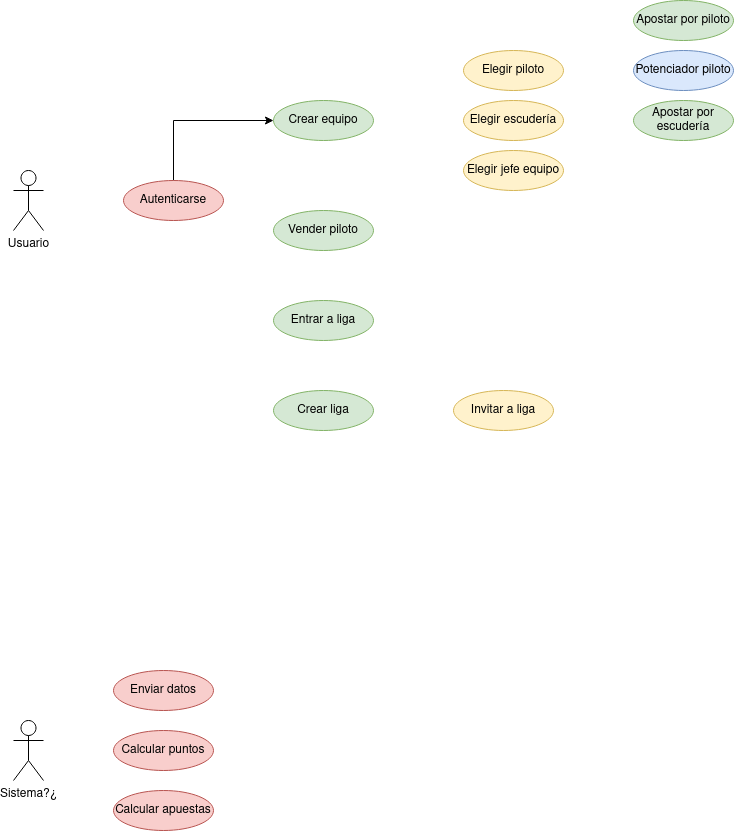
The draw.io diagram doc/diagramas/img/Diagrama_casos_uso.drawio.png in adrianhrb/proyecto_ETS, before a commit. Source tidied: cells renumbered, new cells last; positions are measured from the earlier drawing's top-left corner, leaving out a move shared by most shapes. Source of this version:
```xml
<mxGraphModel>
  <root>
    <mxCell id="0" />
    <mxCell id="1" parent="0" />
    <mxCell id="2" value="Usuario" style="shape=umlActor;verticalLabelPosition=bottom;verticalAlign=top;html=1;outlineConnect=0;" parent="1" vertex="1">
      <mxGeometry y="170" width="30" height="60" as="geometry" />
    </mxCell>
    <mxCell id="3" style="edgeStyle=orthogonalEdgeStyle;rounded=0;jettySize=auto;html=1;exitX=0.5;exitY=0;exitDx=0;exitDy=0;entryX=0;entryY=0.5;entryDx=0;entryDy=0;" parent="1" edge="1" source="4" target="5">
      <mxGeometry relative="1" as="geometry" />
    </mxCell>
    <mxCell id="4" value="Autenticarse" style="ellipse;whiteSpace=wrap;html=1;align=center;fillColor=#f8cecc;strokeColor=#b85450;" parent="1" vertex="1">
      <mxGeometry x="110" y="180" width="100" height="40" as="geometry" />
    </mxCell>
    <mxCell id="5" value="Crear equipo" style="ellipse;whiteSpace=wrap;html=1;align=center;fillColor=#d5e8d4;strokeColor=#82b366;" parent="1" vertex="1">
      <mxGeometry x="260" y="100" width="100" height="40" as="geometry" />
    </mxCell>
    <mxCell id="6" value="Elegir piloto" style="ellipse;whiteSpace=wrap;html=1;align=center;fillColor=#fff2cc;strokeColor=#d6b656;" parent="1" vertex="1">
      <mxGeometry x="450" y="50" width="100" height="40" as="geometry" />
    </mxCell>
    <mxCell id="7" value="Elegir escudería" style="ellipse;whiteSpace=wrap;html=1;align=center;fillColor=#fff2cc;strokeColor=#d6b656;" parent="1" vertex="1">
      <mxGeometry x="450" y="100" width="100" height="40" as="geometry" />
    </mxCell>
    <mxCell id="8" value="Elegir jefe equipo" style="ellipse;whiteSpace=wrap;html=1;align=center;fillColor=#fff2cc;strokeColor=#d6b656;" parent="1" vertex="1">
      <mxGeometry x="450" y="150" width="100" height="40" as="geometry" />
    </mxCell>
    <mxCell id="9" value="Potenciador piloto" style="ellipse;whiteSpace=wrap;html=1;align=center;fillColor=#dae8fc;strokeColor=#6c8ebf;" parent="1" vertex="1">
      <mxGeometry x="620" y="50" width="100" height="40" as="geometry" />
    </mxCell>
    <mxCell id="10" value="Vender piloto" style="ellipse;whiteSpace=wrap;html=1;align=center;fillColor=#d5e8d4;strokeColor=#82b366;" parent="1" vertex="1">
      <mxGeometry x="260" y="210" width="100" height="40" as="geometry" />
    </mxCell>
    <mxCell id="11" value="Entrar a liga" style="ellipse;whiteSpace=wrap;html=1;align=center;fillColor=#d5e8d4;strokeColor=#82b366;" parent="1" vertex="1">
      <mxGeometry x="260" y="300" width="100" height="40" as="geometry" />
    </mxCell>
    <mxCell id="12" value="Invitar a liga" style="ellipse;whiteSpace=wrap;html=1;align=center;fillColor=#fff2cc;strokeColor=#d6b656;" parent="1" vertex="1">
      <mxGeometry x="440" y="390" width="100" height="40" as="geometry" />
    </mxCell>
    <mxCell id="13" value="Crear liga" style="ellipse;whiteSpace=wrap;html=1;align=center;fillColor=#d5e8d4;strokeColor=#82b366;" parent="1" vertex="1">
      <mxGeometry x="260" y="390" width="100" height="40" as="geometry" />
    </mxCell>
    <mxCell id="14" value="Apostar por escudería" style="ellipse;whiteSpace=wrap;html=1;align=center;fillColor=#d5e8d4;strokeColor=#82b366;" parent="1" vertex="1">
      <mxGeometry x="620" y="100" width="100" height="40" as="geometry" />
    </mxCell>
    <mxCell id="15" value="Apostar por piloto" style="ellipse;whiteSpace=wrap;html=1;align=center;fillColor=#d5e8d4;strokeColor=#82b366;" parent="1" vertex="1">
      <mxGeometry x="620" width="100" height="40" as="geometry" />
    </mxCell>
    <mxCell id="16" value="Sistema?¿" style="shape=umlActor;verticalLabelPosition=bottom;verticalAlign=top;html=1;" parent="1" vertex="1">
      <mxGeometry y="720" width="30" height="60" as="geometry" />
    </mxCell>
    <mxCell id="17" value="Enviar datos" style="ellipse;whiteSpace=wrap;html=1;align=center;fillColor=#f8cecc;strokeColor=#b85450;" parent="1" vertex="1">
      <mxGeometry x="100" y="670" width="100" height="40" as="geometry" />
    </mxCell>
    <mxCell id="18" value="Calcular puntos" style="ellipse;whiteSpace=wrap;html=1;align=center;fillColor=#f8cecc;strokeColor=#b85450;" parent="1" vertex="1">
      <mxGeometry x="100" y="730" width="100" height="40" as="geometry" />
    </mxCell>
    <mxCell id="19" value="Calcular apuestas" style="ellipse;whiteSpace=wrap;html=1;align=center;fillColor=#f8cecc;strokeColor=#b85450;" parent="1" vertex="1">
      <mxGeometry x="100" y="790" width="100" height="40" as="geometry" />
    </mxCell>
  </root>
</mxGraphModel>
```
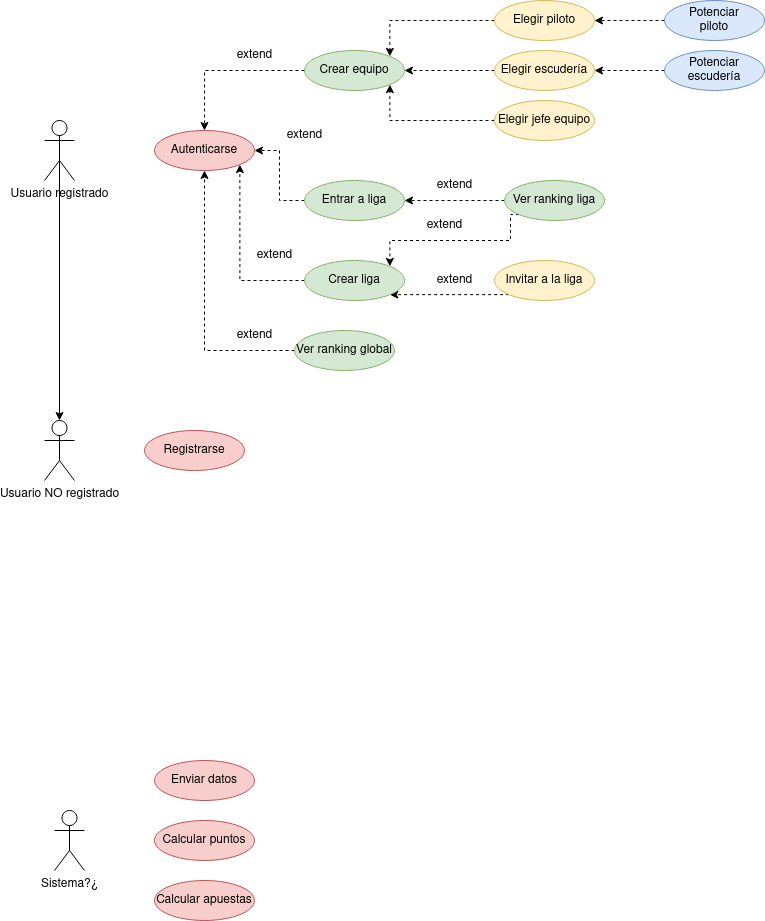
Above is the later version.

Commit message:
Actualizado diagrama casos de uso #9

Diff of the diagram source:
```diff
@@ -2,59 +2,127 @@
   <root>
     <mxCell id="0" />
     <mxCell id="1" parent="0" />
+    <mxCell id="20" style="edgeStyle=orthogonalEdgeStyle;rounded=0;jettySize=auto;html=1;exitX=0.5;exitY=0.5;exitDx=0;exitDy=0;exitPerimeter=0;entryX=0.5;entryY=0;entryDx=0;entryDy=0;entryPerimeter=0;" parent="1" edge="1" source="2" target="31">
+      <mxGeometry relative="1" as="geometry" />
+    </mxCell>
-    <mxCell id="2" value="Usuario" style="shape=umlActor;verticalLabelPosition=bottom;verticalAlign=top;html=1;outlineConnect=0;" parent="1" vertex="1">
+    <mxCell id="2" value="Usuario registrado" style="shape=umlActor;verticalLabelPosition=bottom;verticalAlign=top;html=1;outlineConnect=0;" parent="1" vertex="1">
       <mxGeometry y="170" width="30" height="60" as="geometry" />
     </mxCell>
-    <mxCell id="3" style="edgeStyle=orthogonalEdgeStyle;rounded=0;jettySize=auto;html=1;exitX=0.5;exitY=0;exitDx=0;exitDy=0;entryX=0;entryY=0.5;entryDx=0;entryDy=0;" parent="1" edge="1" source="4" target="5">
-      <mxGeometry relative="1" as="geometry" />
-    </mxCell>
     <mxCell id="4" value="Autenticarse" style="ellipse;whiteSpace=wrap;html=1;align=center;fillColor=#f8cecc;strokeColor=#b85450;" parent="1" vertex="1">
       <mxGeometry x="110" y="180" width="100" height="40" as="geometry" />
     </mxCell>
+    <mxCell id="21" style="edgeStyle=orthogonalEdgeStyle;rounded=0;jettySize=auto;html=1;exitX=0;exitY=0.5;exitDx=0;exitDy=0;dashed=1;" parent="1" edge="1" source="5" target="4">
+      <mxGeometry relative="1" as="geometry" />
+    </mxCell>
     <mxCell id="5" value="Crear equipo" style="ellipse;whiteSpace=wrap;html=1;align=center;fillColor=#d5e8d4;strokeColor=#82b366;" parent="1" vertex="1">
       <mxGeometry x="260" y="100" width="100" height="40" as="geometry" />
     </mxCell>
+    <mxCell id="22" style="edgeStyle=orthogonalEdgeStyle;rounded=0;jettySize=auto;html=1;exitX=0;exitY=0.5;exitDx=0;exitDy=0;entryX=1;entryY=0;entryDx=0;entryDy=0;dashed=1;" parent="1" edge="1" source="6" target="5">
+      <mxGeometry relative="1" as="geometry" />
+    </mxCell>
     <mxCell id="6" value="Elegir piloto" style="ellipse;whiteSpace=wrap;html=1;align=center;fillColor=#fff2cc;strokeColor=#d6b656;" parent="1" vertex="1">
       <mxGeometry x="450" y="50" width="100" height="40" as="geometry" />
     </mxCell>
+    <mxCell id="23" style="edgeStyle=orthogonalEdgeStyle;rounded=0;jettySize=auto;html=1;exitX=0;exitY=0.5;exitDx=0;exitDy=0;dashed=1;" parent="1" edge="1" source="7" target="5">
+      <mxGeometry relative="1" as="geometry" />
+    </mxCell>
     <mxCell id="7" value="Elegir escudería" style="ellipse;whiteSpace=wrap;html=1;align=center;fillColor=#fff2cc;strokeColor=#d6b656;" parent="1" vertex="1">
       <mxGeometry x="450" y="100" width="100" height="40" as="geometry" />
     </mxCell>
+    <mxCell id="24" style="edgeStyle=orthogonalEdgeStyle;rounded=0;jettySize=auto;html=1;exitX=0;exitY=0.5;exitDx=0;exitDy=0;entryX=1;entryY=1;entryDx=0;entryDy=0;dashed=1;" parent="1" edge="1" source="8" target="5">
+      <mxGeometry relative="1" as="geometry" />
+    </mxCell>
     <mxCell id="8" value="Elegir jefe equipo" style="ellipse;whiteSpace=wrap;html=1;align=center;fillColor=#fff2cc;strokeColor=#d6b656;" parent="1" vertex="1">
       <mxGeometry x="450" y="150" width="100" height="40" as="geometry" />
     </mxCell>
+    <mxCell id="25" style="edgeStyle=orthogonalEdgeStyle;rounded=0;jettySize=auto;html=1;exitX=0;exitY=0.5;exitDx=0;exitDy=0;dashed=1;" parent="1" edge="1" source="9" target="6">
+      <mxGeometry relative="1" as="geometry" />
+    </mxCell>
-    <mxCell id="9" value="Potenciador piloto" style="ellipse;whiteSpace=wrap;html=1;align=center;fillColor=#dae8fc;strokeColor=#6c8ebf;" parent="1" vertex="1">
+    <mxCell id="9" value="&lt;div&gt;Potenciar &lt;br&gt;&lt;/div&gt;&lt;div&gt;piloto&lt;/div&gt;" style="ellipse;whiteSpace=wrap;html=1;align=center;fillColor=#dae8fc;strokeColor=#6c8ebf;" parent="1" vertex="1">
       <mxGeometry x="620" y="50" width="100" height="40" as="geometry" />
     </mxCell>
-    <mxCell id="10" value="Vender piloto" style="ellipse;whiteSpace=wrap;html=1;align=center;fillColor=#d5e8d4;strokeColor=#82b366;" parent="1" vertex="1">
-      <mxGeometry x="260" y="210" width="100" height="40" as="geometry" />
-    </mxCell>
+    <mxCell id="26" style="edgeStyle=orthogonalEdgeStyle;rounded=0;jettySize=auto;html=1;exitX=0;exitY=0.5;exitDx=0;exitDy=0;entryX=1;entryY=0.5;entryDx=0;entryDy=0;dashed=1;" parent="1" edge="1" source="11" target="4">
+      <mxGeometry relative="1" as="geometry" />
+    </mxCell>
     <mxCell id="11" value="Entrar a liga" style="ellipse;whiteSpace=wrap;html=1;align=center;fillColor=#d5e8d4;strokeColor=#82b366;" parent="1" vertex="1">
-      <mxGeometry x="260" y="300" width="100" height="40" as="geometry" />
+      <mxGeometry x="260" y="230" width="100" height="40" as="geometry" />
     </mxCell>
+    <mxCell id="27" style="edgeStyle=orthogonalEdgeStyle;rounded=0;jettySize=auto;html=1;exitX=0;exitY=1;exitDx=0;exitDy=0;entryX=1;entryY=1;entryDx=0;entryDy=0;dashed=1;" parent="1" edge="1" source="12" target="13">
+      <mxGeometry relative="1" as="geometry" />
+    </mxCell>
-    <mxCell id="12" value="Invitar a liga" style="ellipse;whiteSpace=wrap;html=1;align=center;fillColor=#fff2cc;strokeColor=#d6b656;" parent="1" vertex="1">
-      <mxGeometry x="440" y="390" width="100" height="40" as="geometry" />
+    <mxCell id="12" value="Invitar a la liga" style="ellipse;whiteSpace=wrap;html=1;align=center;fillColor=#fff2cc;strokeColor=#d6b656;" parent="1" vertex="1">
+      <mxGeometry x="450" y="310" width="100" height="40" as="geometry" />
     </mxCell>
+    <mxCell id="28" style="edgeStyle=orthogonalEdgeStyle;rounded=0;jettySize=auto;html=1;exitX=0;exitY=0.5;exitDx=0;exitDy=0;entryX=1;entryY=1;entryDx=0;entryDy=0;dashed=1;" parent="1" edge="1" source="13" target="4">
+      <mxGeometry relative="1" as="geometry" />
+    </mxCell>
     <mxCell id="13" value="Crear liga" style="ellipse;whiteSpace=wrap;html=1;align=center;fillColor=#d5e8d4;strokeColor=#82b366;" parent="1" vertex="1">
-      <mxGeometry x="260" y="390" width="100" height="40" as="geometry" />
+      <mxGeometry x="260" y="310" width="100" height="40" as="geometry" />
     </mxCell>
-    <mxCell id="14" value="Apostar por escudería" style="ellipse;whiteSpace=wrap;html=1;align=center;fillColor=#d5e8d4;strokeColor=#82b366;" parent="1" vertex="1">
-      <mxGeometry x="620" y="100" width="100" height="40" as="geometry" />
-    </mxCell>
-    <mxCell id="15" value="Apostar por piloto" style="ellipse;whiteSpace=wrap;html=1;align=center;fillColor=#d5e8d4;strokeColor=#82b366;" parent="1" vertex="1">
-      <mxGeometry x="620" width="100" height="40" as="geometry" />
-    </mxCell>
     <mxCell id="16" value="Sistema?¿" style="shape=umlActor;verticalLabelPosition=bottom;verticalAlign=top;html=1;" parent="1" vertex="1">
-      <mxGeometry y="720" width="30" height="60" as="geometry" />
+      <mxGeometry x="10" y="860" width="30" height="60" as="geometry" />
     </mxCell>
     <mxCell id="17" value="Enviar datos" style="ellipse;whiteSpace=wrap;html=1;align=center;fillColor=#f8cecc;strokeColor=#b85450;" parent="1" vertex="1">
-      <mxGeometry x="100" y="670" width="100" height="40" as="geometry" />
+      <mxGeometry x="110" y="810" width="100" height="40" as="geometry" />
     </mxCell>
     <mxCell id="18" value="Calcular puntos" style="ellipse;whiteSpace=wrap;html=1;align=center;fillColor=#f8cecc;strokeColor=#b85450;" parent="1" vertex="1">
-      <mxGeometry x="100" y="730" width="100" height="40" as="geometry" />
+      <mxGeometry x="110" y="870" width="100" height="40" as="geometry" />
     </mxCell>
     <mxCell id="19" value="Calcular apuestas" style="ellipse;whiteSpace=wrap;html=1;align=center;fillColor=#f8cecc;strokeColor=#b85450;" parent="1" vertex="1">
-      <mxGeometry x="100" y="790" width="100" height="40" as="geometry" />
+      <mxGeometry x="110" y="930" width="100" height="40" as="geometry" />
     </mxCell>
+    <mxCell id="29" style="edgeStyle=orthogonalEdgeStyle;rounded=0;jettySize=auto;html=1;exitX=0;exitY=0.5;exitDx=0;exitDy=0;entryX=1;entryY=0.5;entryDx=0;entryDy=0;dashed=1;" parent="1" edge="1" source="30" target="7">
+      <mxGeometry relative="1" as="geometry" />
+    </mxCell>
+    <mxCell id="30" value="Potenciar escudería" style="ellipse;whiteSpace=wrap;html=1;align=center;fillColor=#dae8fc;strokeColor=#6c8ebf;" parent="1" vertex="1">
+      <mxGeometry x="620" y="100" width="100" height="40" as="geometry" />
+    </mxCell>
+    <mxCell id="31" value="Usuario NO registrado" style="shape=umlActor;verticalLabelPosition=bottom;verticalAlign=top;html=1;outlineConnect=0;" parent="1" vertex="1">
+      <mxGeometry y="470" width="30" height="60" as="geometry" />
+    </mxCell>
+    <mxCell id="32" value="Registrarse" style="ellipse;whiteSpace=wrap;html=1;align=center;fillColor=#f8cecc;strokeColor=#b85450;" parent="1" vertex="1">
+      <mxGeometry x="100" y="480" width="100" height="40" as="geometry" />
+    </mxCell>
+    <mxCell id="33" style="edgeStyle=orthogonalEdgeStyle;rounded=0;jettySize=auto;html=1;exitX=0;exitY=0.5;exitDx=0;exitDy=0;entryX=0.5;entryY=1;entryDx=0;entryDy=0;dashed=1;" parent="1" edge="1" source="34" target="4">
+      <mxGeometry relative="1" as="geometry" />
+    </mxCell>
+    <mxCell id="34" value="Ver ranking global" style="ellipse;whiteSpace=wrap;html=1;align=center;fillColor=#d5e8d4;strokeColor=#82b366;" parent="1" vertex="1">
+      <mxGeometry x="250" y="380" width="100" height="40" as="geometry" />
+    </mxCell>
+    <mxCell id="35" style="edgeStyle=orthogonalEdgeStyle;rounded=0;jettySize=auto;html=1;exitX=0;exitY=0.5;exitDx=0;exitDy=0;entryX=1;entryY=0.5;entryDx=0;entryDy=0;dashed=1;" parent="1" edge="1" source="37" target="11">
+      <mxGeometry relative="1" as="geometry" />
+    </mxCell>
+    <mxCell id="36" style="edgeStyle=orthogonalEdgeStyle;rounded=0;jettySize=auto;html=1;exitX=0;exitY=1;exitDx=0;exitDy=0;entryX=1;entryY=0;entryDx=0;entryDy=0;dashed=1;" parent="1" edge="1" source="37" target="13">
+      <mxGeometry relative="1" as="geometry">
+        <Array as="points">
+          <mxPoint x="466" y="290" />
+          <mxPoint x="345" y="290" />
+        </Array>
+      </mxGeometry>
+    </mxCell>
+    <mxCell id="37" value="Ver ranking liga" style="ellipse;whiteSpace=wrap;html=1;align=center;fillColor=#d5e8d4;strokeColor=#82b366;" parent="1" vertex="1">
+      <mxGeometry x="460" y="230" width="100" height="40" as="geometry" />
+    </mxCell>
+    <mxCell id="38" value="extend" style="text;html=1;align=center;verticalAlign=middle;strokeColor=none;fillColor=none;" parent="1" vertex="1">
+      <mxGeometry x="180" y="90" width="60" height="30" as="geometry" />
+    </mxCell>
+    <mxCell id="39" value="extend" style="text;html=1;align=center;verticalAlign=middle;strokeColor=none;fillColor=none;" parent="1" vertex="1">
+      <mxGeometry x="230" y="170" width="60" height="30" as="geometry" />
+    </mxCell>
+    <mxCell id="40" value="extend" style="text;html=1;align=center;verticalAlign=middle;strokeColor=none;fillColor=none;" parent="1" vertex="1">
+      <mxGeometry x="200" y="290" width="60" height="30" as="geometry" />
+    </mxCell>
+    <mxCell id="41" value="extend" style="text;html=1;align=center;verticalAlign=middle;strokeColor=none;fillColor=none;" parent="1" vertex="1">
+      <mxGeometry x="180" y="370" width="60" height="30" as="geometry" />
+    </mxCell>
+    <mxCell id="42" value="extend" style="text;html=1;align=center;verticalAlign=middle;strokeColor=none;fillColor=none;" parent="1" vertex="1">
+      <mxGeometry x="380" y="315" width="60" height="30" as="geometry" />
+    </mxCell>
+    <mxCell id="43" value="extend" style="text;html=1;align=center;verticalAlign=middle;strokeColor=none;fillColor=none;" parent="1" vertex="1">
+      <mxGeometry x="370" y="260" width="60" height="30" as="geometry" />
+    </mxCell>
+    <mxCell id="44" value="extend" style="text;html=1;align=center;verticalAlign=middle;strokeColor=none;fillColor=none;" parent="1" vertex="1">
+      <mxGeometry x="380" y="220" width="60" height="30" as="geometry" />
+    </mxCell>
   </root>
 </mxGraphModel>
```
